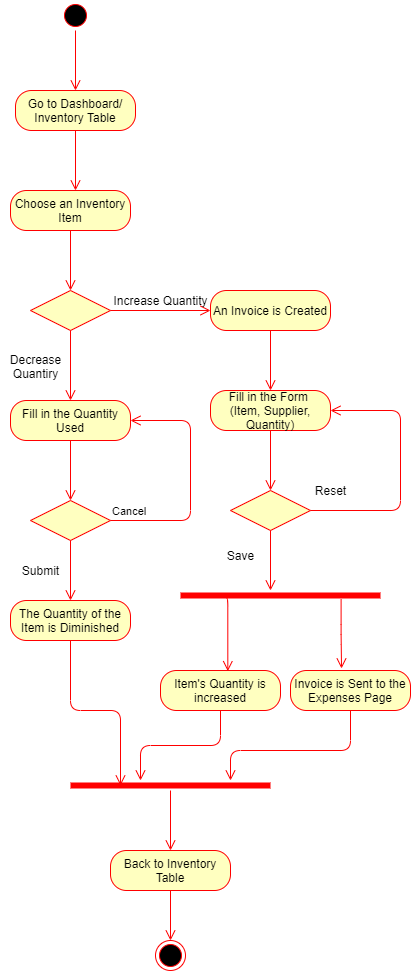
This is Diagrams/Activity Diagrams FINAL/AC_18_20 Add Diminish Inventory Item.png from kkasharaj17/SE-project, a draw.io export, as it was before one commit. Source tidied: cells renumbered, new cells last; positions are measured from the earlier drawing's top-left corner, leaving out a move shared by most shapes. Source of this version:
```xml
<mxGraphModel>
  <root>
    <mxCell id="0" />
    <mxCell id="1" parent="0" />
    <mxCell id="2" style="ellipse;html=1;shape=startState;fillColor=#000000;strokeColor=#ff0000;" parent="1" vertex="1">
      <mxGeometry x="60" width="30" height="30" as="geometry" />
    </mxCell>
    <mxCell id="3" style="edgeStyle=orthogonalEdgeStyle;html=1;verticalAlign=bottom;endArrow=open;endSize=8;strokeColor=#ff0000;" parent="1" edge="1" source="2">
      <mxGeometry relative="1" as="geometry">
        <mxPoint x="75" y="90" as="targetPoint" />
      </mxGeometry>
    </mxCell>
    <mxCell id="4" value="Go to Dashboard/ Inventory Table" style="rounded=1;whiteSpace=wrap;html=1;arcSize=40;fontColor=#000000;fillColor=#ffffc0;strokeColor=#ff0000;" parent="1" vertex="1">
      <mxGeometry x="15" y="90" width="120" height="40" as="geometry" />
    </mxCell>
    <mxCell id="5" style="edgeStyle=orthogonalEdgeStyle;html=1;verticalAlign=bottom;endArrow=open;endSize=8;strokeColor=#ff0000;" parent="1" edge="1" source="4">
      <mxGeometry relative="1" as="geometry">
        <mxPoint x="75" y="190" as="targetPoint" />
      </mxGeometry>
    </mxCell>
    <mxCell id="6" value="Choose an Inventory Item" style="rounded=1;whiteSpace=wrap;html=1;arcSize=40;fontColor=#000000;fillColor=#ffffc0;strokeColor=#ff0000;" parent="1" vertex="1">
      <mxGeometry x="10" y="190" width="120" height="40" as="geometry" />
    </mxCell>
    <mxCell id="7" style="edgeStyle=orthogonalEdgeStyle;html=1;verticalAlign=bottom;endArrow=open;endSize=8;strokeColor=#ff0000;" parent="1" edge="1" source="6">
      <mxGeometry relative="1" as="geometry">
        <mxPoint x="70" y="290" as="targetPoint" />
      </mxGeometry>
    </mxCell>
    <mxCell id="8" style="rhombus;whiteSpace=wrap;html=1;fillColor=#ffffc0;strokeColor=#ff0000;" parent="1" vertex="1">
      <mxGeometry x="30" y="290" width="80" height="40" as="geometry" />
    </mxCell>
    <mxCell id="9" style="edgeStyle=orthogonalEdgeStyle;html=1;align=left;verticalAlign=bottom;endArrow=open;endSize=8;strokeColor=#ff0000;" parent="1" edge="1" source="8">
      <mxGeometry x="-1" relative="1" as="geometry">
        <mxPoint x="210" y="310" as="targetPoint" />
      </mxGeometry>
    </mxCell>
    <mxCell id="10" style="edgeStyle=orthogonalEdgeStyle;html=1;align=left;verticalAlign=top;endArrow=open;endSize=8;strokeColor=#ff0000;" parent="1" edge="1" source="8">
      <mxGeometry y="20" relative="1" as="geometry">
        <mxPoint x="70" y="400" as="targetPoint" />
      </mxGeometry>
    </mxCell>
    <mxCell id="11" value="Increase Quantity" style="text;html=1;align=center;verticalAlign=middle;" parent="1" vertex="1">
      <mxGeometry x="105" y="290" width="110" height="20" as="geometry" />
    </mxCell>
    <mxCell id="12" value="Decrease&lt;br&gt;Quantiry" style="text;html=1;align=center;verticalAlign=middle;" parent="1" vertex="1">
      <mxGeometry y="351" width="70" height="30" as="geometry" />
    </mxCell>
    <mxCell id="13" value="An Invoice is Created" style="rounded=1;whiteSpace=wrap;html=1;arcSize=40;fontColor=#000000;fillColor=#ffffc0;strokeColor=#ff0000;" parent="1" vertex="1">
      <mxGeometry x="210" y="290" width="120" height="40" as="geometry" />
    </mxCell>
    <mxCell id="14" style="edgeStyle=orthogonalEdgeStyle;html=1;verticalAlign=bottom;endArrow=open;endSize=8;strokeColor=#ff0000;" parent="1" edge="1" source="13">
      <mxGeometry relative="1" as="geometry">
        <mxPoint x="270" y="390" as="targetPoint" />
      </mxGeometry>
    </mxCell>
    <mxCell id="15" value="Fill in the Form &lt;br&gt;(Item, Supplier, Quantity)" style="rounded=1;whiteSpace=wrap;html=1;arcSize=40;fontColor=#000000;fillColor=#ffffc0;strokeColor=#ff0000;" parent="1" vertex="1">
      <mxGeometry x="210" y="390" width="120" height="40" as="geometry" />
    </mxCell>
    <mxCell id="16" style="edgeStyle=orthogonalEdgeStyle;html=1;verticalAlign=bottom;endArrow=open;endSize=8;strokeColor=#ff0000;" parent="1" edge="1" source="15">
      <mxGeometry relative="1" as="geometry">
        <mxPoint x="270" y="490" as="targetPoint" />
      </mxGeometry>
    </mxCell>
    <mxCell id="17" style="rhombus;whiteSpace=wrap;html=1;fillColor=#ffffc0;strokeColor=#ff0000;" parent="1" vertex="1">
      <mxGeometry x="230" y="490" width="80" height="40" as="geometry" />
    </mxCell>
    <mxCell id="18" style="edgeStyle=orthogonalEdgeStyle;html=1;align=left;verticalAlign=bottom;endArrow=open;endSize=8;strokeColor=#ff0000;entryX=1;entryY=0.5;entryDx=0;entryDy=0;" parent="1" edge="1" source="17" target="15">
      <mxGeometry x="-1" relative="1" as="geometry">
        <Array as="points">
          <mxPoint x="400" y="510" />
          <mxPoint x="400" y="410" />
        </Array>
      </mxGeometry>
    </mxCell>
    <mxCell id="19" style="edgeStyle=orthogonalEdgeStyle;html=1;align=left;verticalAlign=top;endArrow=open;endSize=8;strokeColor=#ff0000;" parent="1" edge="1" source="17">
      <mxGeometry x="-1" relative="1" as="geometry">
        <mxPoint x="270" y="590" as="targetPoint" />
      </mxGeometry>
    </mxCell>
    <mxCell id="20" value="Reset" style="text;html=1;align=center;verticalAlign=middle;" parent="1" vertex="1">
      <mxGeometry x="305" y="480" width="50" height="20" as="geometry" />
    </mxCell>
    <mxCell id="21" value="Save" style="text;html=1;align=center;verticalAlign=middle;" parent="1" vertex="1">
      <mxGeometry x="220" y="545" width="40" height="20" as="geometry" />
    </mxCell>
    <mxCell id="22" value="Invoice is Sent to the Expenses Page" style="rounded=1;whiteSpace=wrap;html=1;arcSize=40;fontColor=#000000;fillColor=#ffffc0;strokeColor=#ff0000;" parent="1" vertex="1">
      <mxGeometry x="290" y="670" width="120" height="40" as="geometry" />
    </mxCell>
    <mxCell id="23" style="edgeStyle=orthogonalEdgeStyle;html=1;verticalAlign=bottom;endArrow=open;endSize=8;strokeColor=#ff0000;" parent="1" edge="1" source="22">
      <mxGeometry relative="1" as="geometry">
        <mxPoint x="370" y="690" as="targetPoint" />
        <Array as="points">
          <mxPoint x="370" y="690" />
        </Array>
      </mxGeometry>
    </mxCell>
    <mxCell id="24" value="Fill in the Quantity Used" style="rounded=1;whiteSpace=wrap;html=1;arcSize=40;fontColor=#000000;fillColor=#ffffc0;strokeColor=#ff0000;" parent="1" vertex="1">
      <mxGeometry x="10" y="400" width="120" height="40" as="geometry" />
    </mxCell>
    <mxCell id="25" style="edgeStyle=orthogonalEdgeStyle;html=1;verticalAlign=bottom;endArrow=open;endSize=8;strokeColor=#ff0000;" parent="1" edge="1" source="24">
      <mxGeometry relative="1" as="geometry">
        <mxPoint x="70" y="500" as="targetPoint" />
      </mxGeometry>
    </mxCell>
    <mxCell id="26" style="rhombus;whiteSpace=wrap;html=1;fillColor=#ffffc0;strokeColor=#ff0000;" parent="1" vertex="1">
      <mxGeometry x="30" y="500" width="80" height="40" as="geometry" />
    </mxCell>
    <mxCell id="27" value="Cancel" style="edgeStyle=orthogonalEdgeStyle;html=1;align=left;verticalAlign=bottom;endArrow=open;endSize=8;strokeColor=#ff0000;entryX=1;entryY=0.5;entryDx=0;entryDy=0;" parent="1" edge="1" source="26" target="24">
      <mxGeometry x="-1" relative="1" as="geometry">
        <Array as="points">
          <mxPoint x="190" y="520" />
          <mxPoint x="190" y="420" />
        </Array>
      </mxGeometry>
    </mxCell>
    <mxCell id="28" style="edgeStyle=orthogonalEdgeStyle;html=1;align=left;verticalAlign=top;endArrow=open;endSize=8;strokeColor=#ff0000;" parent="1" edge="1" source="26">
      <mxGeometry x="-1" relative="1" as="geometry">
        <mxPoint x="70" y="600" as="targetPoint" />
      </mxGeometry>
    </mxCell>
    <mxCell id="29" value="Submit" style="text;html=1;align=center;verticalAlign=middle;" parent="1" vertex="1">
      <mxGeometry x="15" y="560" width="50" height="20" as="geometry" />
    </mxCell>
    <mxCell id="30" value="The Quantity of the Item is Diminished" style="rounded=1;whiteSpace=wrap;html=1;arcSize=40;fontColor=#000000;fillColor=#ffffc0;strokeColor=#ff0000;" parent="1" vertex="1">
      <mxGeometry x="10" y="600" width="120" height="40" as="geometry" />
    </mxCell>
    <mxCell id="31" style="edgeStyle=orthogonalEdgeStyle;html=1;verticalAlign=bottom;endArrow=open;endSize=8;strokeColor=#ff0000;entryX=0.25;entryY=0.5;entryDx=0;entryDy=0;entryPerimeter=0;" parent="1" edge="1" source="30" target="38">
      <mxGeometry relative="1" as="geometry" />
    </mxCell>
    <mxCell id="32" style="shape=line;html=1;strokeWidth=6;strokeColor=#ff0000;" parent="1" vertex="1">
      <mxGeometry x="180" y="590" width="200" height="10" as="geometry" />
    </mxCell>
    <mxCell id="33" style="edgeStyle=orthogonalEdgeStyle;html=1;verticalAlign=bottom;endArrow=open;endSize=8;strokeColor=#ff0000;exitX=0.217;exitY=0.667;exitDx=0;exitDy=0;exitPerimeter=0;entryX=0.561;entryY=0.017;entryDx=0;entryDy=0;entryPerimeter=0;" parent="1" edge="1" source="32" target="34">
      <mxGeometry relative="1" as="geometry">
        <Array as="points">
          <mxPoint x="227" y="597" />
        </Array>
      </mxGeometry>
    </mxCell>
    <mxCell id="34" value="Item's Quantity is increased" style="rounded=1;whiteSpace=wrap;html=1;arcSize=40;fontColor=#000000;fillColor=#ffffc0;strokeColor=#ff0000;" parent="1" vertex="1">
      <mxGeometry x="160" y="670" width="120" height="40" as="geometry" />
    </mxCell>
    <mxCell id="35" style="edgeStyle=orthogonalEdgeStyle;html=1;verticalAlign=bottom;endArrow=open;endSize=8;strokeColor=#ff0000;" parent="1" edge="1" source="34" target="38">
      <mxGeometry relative="1" as="geometry">
        <Array as="points">
          <mxPoint x="220" y="745" />
          <mxPoint x="140" y="745" />
        </Array>
      </mxGeometry>
    </mxCell>
    <mxCell id="36" style="edgeStyle=orthogonalEdgeStyle;html=1;verticalAlign=bottom;endArrow=open;endSize=8;strokeColor=#ff0000;exitX=0.803;exitY=0.867;exitDx=0;exitDy=0;exitPerimeter=0;" parent="1" edge="1" source="32">
      <mxGeometry relative="1" as="geometry">
        <mxPoint x="341" y="668" as="targetPoint" />
      </mxGeometry>
    </mxCell>
    <mxCell id="37" style="edgeStyle=orthogonalEdgeStyle;html=1;verticalAlign=bottom;endArrow=open;endSize=8;strokeColor=#ff0000;exitX=0.5;exitY=1;exitDx=0;exitDy=0;" parent="1" edge="1" source="22" target="38">
      <mxGeometry relative="1" as="geometry">
        <Array as="points">
          <mxPoint x="350" y="750" />
          <mxPoint x="230" y="750" />
        </Array>
      </mxGeometry>
    </mxCell>
    <mxCell id="38" style="shape=line;html=1;strokeWidth=6;strokeColor=#ff0000;" parent="1" vertex="1">
      <mxGeometry x="70" y="780" width="200" height="10" as="geometry" />
    </mxCell>
    <mxCell id="39" style="edgeStyle=orthogonalEdgeStyle;html=1;verticalAlign=bottom;endArrow=open;endSize=8;strokeColor=#ff0000;" parent="1" edge="1" source="38" target="40">
      <mxGeometry relative="1" as="geometry" />
    </mxCell>
    <mxCell id="40" value="Back to Inventory Table" style="rounded=1;whiteSpace=wrap;html=1;arcSize=40;fontColor=#000000;fillColor=#ffffc0;strokeColor=#ff0000;" parent="1" vertex="1">
      <mxGeometry x="110" y="850" width="120" height="40" as="geometry" />
    </mxCell>
    <mxCell id="41" style="edgeStyle=orthogonalEdgeStyle;html=1;verticalAlign=bottom;endArrow=open;endSize=8;strokeColor=#ff0000;exitX=0.5;exitY=1;exitDx=0;exitDy=0;" parent="1" edge="1" source="40" target="42">
      <mxGeometry relative="1" as="geometry" />
    </mxCell>
    <mxCell id="42" style="ellipse;html=1;shape=endState;fillColor=#000000;strokeColor=#ff0000;" parent="1" vertex="1">
      <mxGeometry x="155" y="940" width="30" height="30" as="geometry" />
    </mxCell>
  </root>
</mxGraphModel>
```
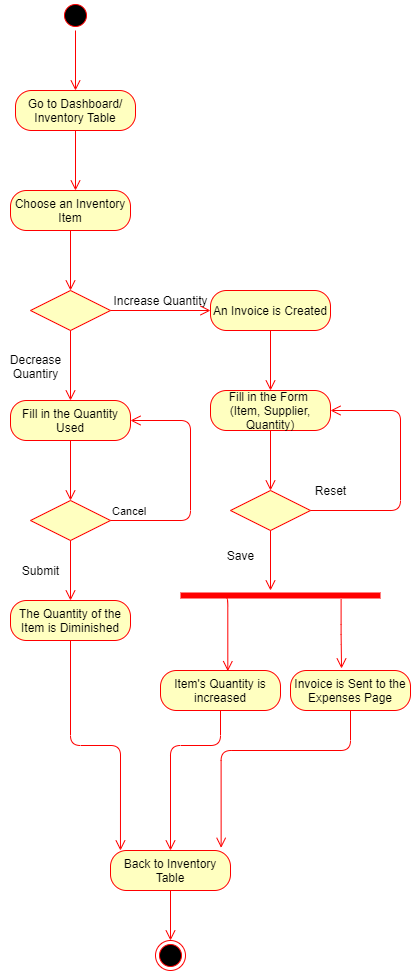
The same file after the commit.

What changed in the source:
```diff
@@ -124,7 +124,7 @@
     <mxCell id="30" value="The Quantity of the Item is Diminished" style="rounded=1;whiteSpace=wrap;html=1;arcSize=40;fontColor=#000000;fillColor=#ffffc0;strokeColor=#ff0000;" parent="1" vertex="1">
       <mxGeometry x="10" y="600" width="120" height="40" as="geometry" />
     </mxCell>
-    <mxCell id="31" style="edgeStyle=orthogonalEdgeStyle;html=1;verticalAlign=bottom;endArrow=open;endSize=8;strokeColor=#ff0000;entryX=0.25;entryY=0.5;entryDx=0;entryDy=0;entryPerimeter=0;" parent="1" edge="1" source="30" target="38">
+    <mxCell id="31" style="edgeStyle=orthogonalEdgeStyle;html=1;verticalAlign=bottom;endArrow=open;endSize=8;strokeColor=#ff0000;entryX=0.083;entryY=0;entryDx=0;entryDy=0;entryPerimeter=0;" parent="1" edge="1" source="30" target="40">
       <mxGeometry relative="1" as="geometry" />
     </mxCell>
     <mxCell id="32" style="shape=line;html=1;strokeWidth=6;strokeColor=#ff0000;" parent="1" vertex="1">
@@ -140,11 +140,11 @@
     <mxCell id="34" value="Item's Quantity is increased" style="rounded=1;whiteSpace=wrap;html=1;arcSize=40;fontColor=#000000;fillColor=#ffffc0;strokeColor=#ff0000;" parent="1" vertex="1">
       <mxGeometry x="160" y="670" width="120" height="40" as="geometry" />
     </mxCell>
-    <mxCell id="35" style="edgeStyle=orthogonalEdgeStyle;html=1;verticalAlign=bottom;endArrow=open;endSize=8;strokeColor=#ff0000;" parent="1" edge="1" source="34" target="38">
+    <mxCell id="35" style="edgeStyle=orthogonalEdgeStyle;html=1;verticalAlign=bottom;endArrow=open;endSize=8;strokeColor=#ff0000;entryX=0.5;entryY=0;entryDx=0;entryDy=0;" parent="1" edge="1" source="34" target="40">
       <mxGeometry relative="1" as="geometry">
         <Array as="points">
           <mxPoint x="220" y="745" />
-          <mxPoint x="140" y="745" />
+          <mxPoint x="170" y="745" />
         </Array>
       </mxGeometry>
     </mxCell>
@@ -153,20 +153,14 @@
         <mxPoint x="341" y="668" as="targetPoint" />
       </mxGeometry>
     </mxCell>
-    <mxCell id="37" style="edgeStyle=orthogonalEdgeStyle;html=1;verticalAlign=bottom;endArrow=open;endSize=8;strokeColor=#ff0000;exitX=0.5;exitY=1;exitDx=0;exitDy=0;" parent="1" edge="1" source="22" target="38">
+    <mxCell id="37" style="edgeStyle=orthogonalEdgeStyle;html=1;verticalAlign=bottom;endArrow=open;endSize=8;strokeColor=#ff0000;exitX=0.5;exitY=1;exitDx=0;exitDy=0;entryX=0.922;entryY=-0.067;entryDx=0;entryDy=0;entryPerimeter=0;" parent="1" edge="1" source="22" target="40">
       <mxGeometry relative="1" as="geometry">
         <Array as="points">
           <mxPoint x="350" y="750" />
-          <mxPoint x="230" y="750" />
+          <mxPoint x="221" y="750" />
         </Array>
       </mxGeometry>
     </mxCell>
-    <mxCell id="38" style="shape=line;html=1;strokeWidth=6;strokeColor=#ff0000;" parent="1" vertex="1">
-      <mxGeometry x="70" y="780" width="200" height="10" as="geometry" />
-    </mxCell>
-    <mxCell id="39" style="edgeStyle=orthogonalEdgeStyle;html=1;verticalAlign=bottom;endArrow=open;endSize=8;strokeColor=#ff0000;" parent="1" edge="1" source="38" target="40">
-      <mxGeometry relative="1" as="geometry" />
-    </mxCell>
     <mxCell id="40" value="Back to Inventory Table" style="rounded=1;whiteSpace=wrap;html=1;arcSize=40;fontColor=#000000;fillColor=#ffffc0;strokeColor=#ff0000;" parent="1" vertex="1">
       <mxGeometry x="110" y="850" width="120" height="40" as="geometry" />
     </mxCell>
```
